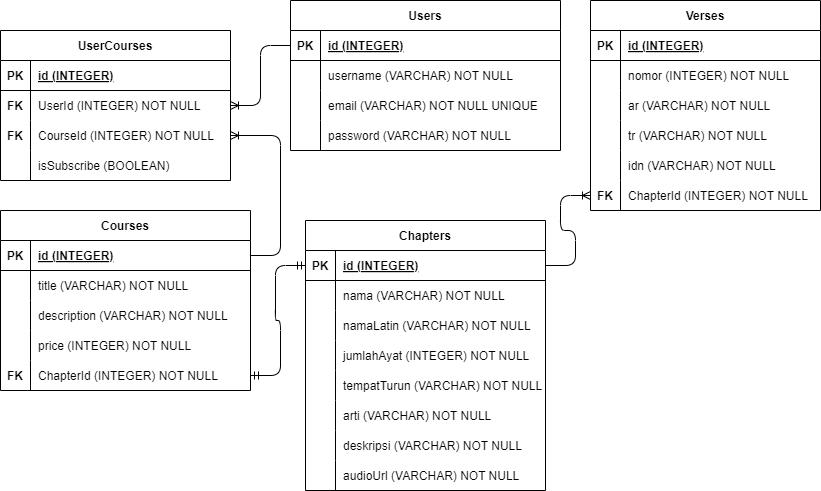
Before: server/schema/schema.drawio.png, a diagram exported from draw.io (MuhammadFarhanRosidi/quran-ai-chatbot). Source tidied: cells renumbered, new cells last; positions are measured from the earlier drawing's top-left corner, leaving out a move shared by most shapes.
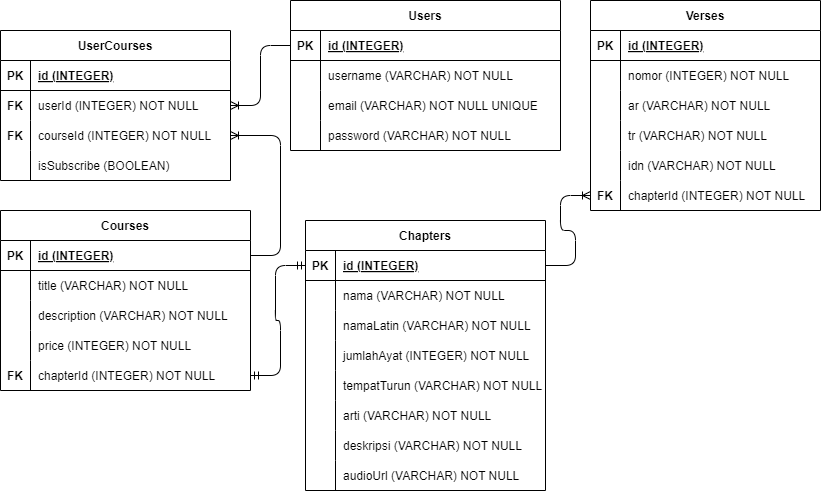
Later version of the same file.

Commit message:
fix: fix format foreignKey model course, verse, usercourse and in schema too

What changed in the source:
```diff
@@ -56,7 +56,7 @@
     <mxCell id="19" value="FK" style="shape=partialRectangle;fillColor=none;top=0;left=0;bottom=0;right=0;overflow=hidden;fontStyle=1;" parent="18" vertex="1">
       <mxGeometry width="30" height="30" as="geometry" />
     </mxCell>
-    <mxCell id="20" value="ChapterId (INTEGER) NOT NULL" style="shape=partialRectangle;fillColor=none;top=0;left=0;bottom=0;right=0;align=left;spacingLeft=6;overflow=hidden;" parent="18" vertex="1">
+    <mxCell id="20" value="chapterId (INTEGER) NOT NULL" style="shape=partialRectangle;fillColor=none;top=0;left=0;bottom=0;right=0;align=left;spacingLeft=6;overflow=hidden;" parent="18" vertex="1">
       <mxGeometry x="30" width="200" height="30" as="geometry" />
     </mxCell>
     <mxCell id="21" value="Users" style="shape=table;startSize=30;rowLines=0;fontStyle=1;align=center;" parent="1" vertex="1">
@@ -218,7 +218,7 @@
     <mxCell id="73" value="FK" style="shape=partialRectangle;fillColor=none;top=0;left=0;bottom=0;right=0;overflow=hidden;fontStyle=1;" parent="72" vertex="1">
       <mxGeometry width="30" height="30" as="geometry" />
     </mxCell>
-    <mxCell id="74" value="ChapterId (INTEGER) NOT NULL" style="shape=partialRectangle;fillColor=none;top=0;left=0;bottom=0;right=0;align=left;spacingLeft=6;overflow=hidden;" parent="72" vertex="1">
+    <mxCell id="74" value="chapterId (INTEGER) NOT NULL" style="shape=partialRectangle;fillColor=none;top=0;left=0;bottom=0;right=0;align=left;spacingLeft=6;overflow=hidden;" parent="72" vertex="1">
       <mxGeometry x="30" width="220" height="30" as="geometry" />
     </mxCell>
     <mxCell id="75" style="edgeStyle=entityRelationEdgeStyle;fontSize=12;html=1;endArrow=ERoneToMany;" parent="1" edge="1" source="22" target="81">
@@ -245,7 +245,7 @@
     <mxCell id="82" value="FK" style="shape=partialRectangle;fillColor=none;top=0;left=0;bottom=0;right=0;overflow=hidden;fontStyle=1;" parent="81" vertex="1">
       <mxGeometry width="30" height="30" as="geometry" />
     </mxCell>
-    <mxCell id="83" value="UserId (INTEGER) NOT NULL" style="shape=partialRectangle;fillColor=none;top=0;left=0;bottom=0;right=0;align=left;spacingLeft=6;overflow=hidden;" parent="81" vertex="1">
+    <mxCell id="83" value="userId (INTEGER) NOT NULL" style="shape=partialRectangle;fillColor=none;top=0;left=0;bottom=0;right=0;align=left;spacingLeft=6;overflow=hidden;" parent="81" vertex="1">
       <mxGeometry x="30" width="200" height="30" as="geometry" />
     </mxCell>
     <mxCell id="84" style="shape=tableRow;horizontal=0;startSize=0;swimlaneHead=0;swimlaneBody=0;fillColor=none;points=[[0,0.5],[1,0.5]];portConstraint=eastwest;top=0;left=0;right=0;bottom=0;" parent="77" vertex="1">
@@ -254,7 +254,7 @@
     <mxCell id="85" value="FK" style="shape=partialRectangle;fillColor=none;top=0;left=0;bottom=0;right=0;overflow=hidden;fontStyle=1;" parent="84" vertex="1">
       <mxGeometry width="30" height="30" as="geometry" />
     </mxCell>
-    <mxCell id="86" value="CourseId (INTEGER) NOT NULL" style="shape=partialRectangle;fillColor=none;top=0;left=0;bottom=0;right=0;align=left;spacingLeft=6;overflow=hidden;" parent="84" vertex="1">
+    <mxCell id="86" value="courseId (INTEGER) NOT NULL" style="shape=partialRectangle;fillColor=none;top=0;left=0;bottom=0;right=0;align=left;spacingLeft=6;overflow=hidden;" parent="84" vertex="1">
       <mxGeometry x="30" width="200" height="30" as="geometry" />
     </mxCell>
     <mxCell id="87" style="shape=tableRow;horizontal=0;startSize=0;swimlaneHead=0;swimlaneBody=0;fillColor=none;top=0;left=0;right=0;bottom=0;" parent="77" vertex="1">
```
